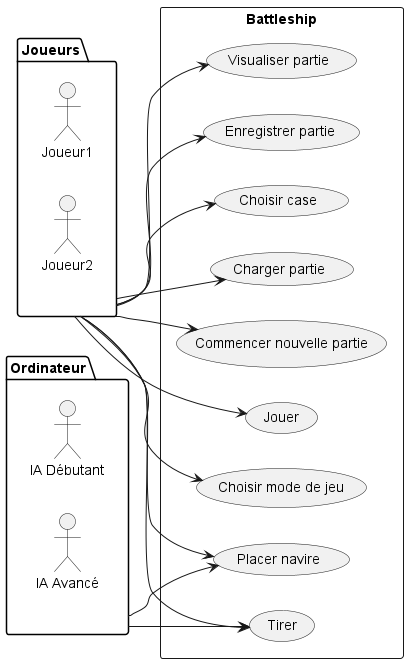
The PlantUML diagram diagrammes_conception/images_diagrammes/diagramme_cas_utilisation.png in Patroklos99/5153_TP2-Battleship-AI-Pattern-Conception_Engineering2, before a commit. The source it was exported from:
```plantuml
@startuml
left to right direction
package Joueurs {
  actor Joueur1 as joueur1
  actor Joueur2 as joueur2
}

package Ordinateur {
  actor :IA Débutant: as iaDeb
  actor :IA Avancé: as iaAv
}

rectangle Battleship {
  usecase "Charger partie" as UC1
  usecase "Commencer nouvelle partie" as UC2
  usecase "Jouer" as UC3
  usecase "Choisir mode de jeu" as UC4
  usecase "Visualiser partie" as UC8
  usecase "Enregistrer partie" as UC9
  usecase "Placer navire" as UC10
  usecase "Tirer" as UC11
  usecase "Choisir case" as UC12
}

Joueurs --> UC1
Joueurs --> UC2
Joueurs --> UC3
Joueurs --> UC4
Joueurs --> UC8
Joueurs --> UC9
Joueurs --> UC10
Joueurs --> UC11
Joueurs --> UC12

Ordinateur --> UC10
Ordinateur --> UC11

@enduml
```
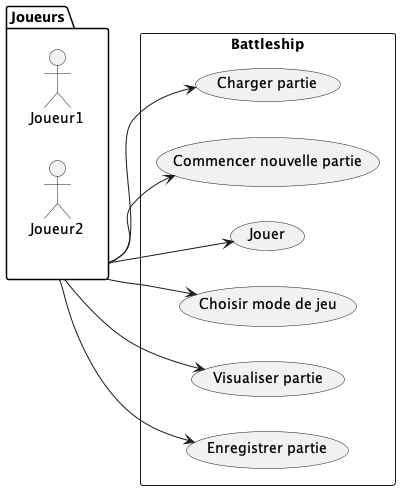
The same diagram one commit later.

Commit message:
Ajout d'un paragraphe descriptif pour le diagramme de séquence chargerPartie

Diff of the diagram source:
```diff
@@ -3,11 +3,6 @@
 package Joueurs {
   actor Joueur1 as joueur1
   actor Joueur2 as joueur2
-}
-
-package Ordinateur {
-  actor :IA Débutant: as iaDeb
-  actor :IA Avancé: as iaAv
 }
 
 rectangle Battleship {
@@ -17,9 +12,6 @@
   usecase "Choisir mode de jeu" as UC4
   usecase "Visualiser partie" as UC8
   usecase "Enregistrer partie" as UC9
-  usecase "Placer navire" as UC10
-  usecase "Tirer" as UC11
-  usecase "Choisir case" as UC12
 }
 
 Joueurs --> UC1
@@ -28,11 +20,5 @@
 Joueurs --> UC4
 Joueurs --> UC8
 Joueurs --> UC9
-Joueurs --> UC10
-Joueurs --> UC11
-Joueurs --> UC12
-
-Ordinateur --> UC10
-Ordinateur --> UC11
 
 @enduml
```
